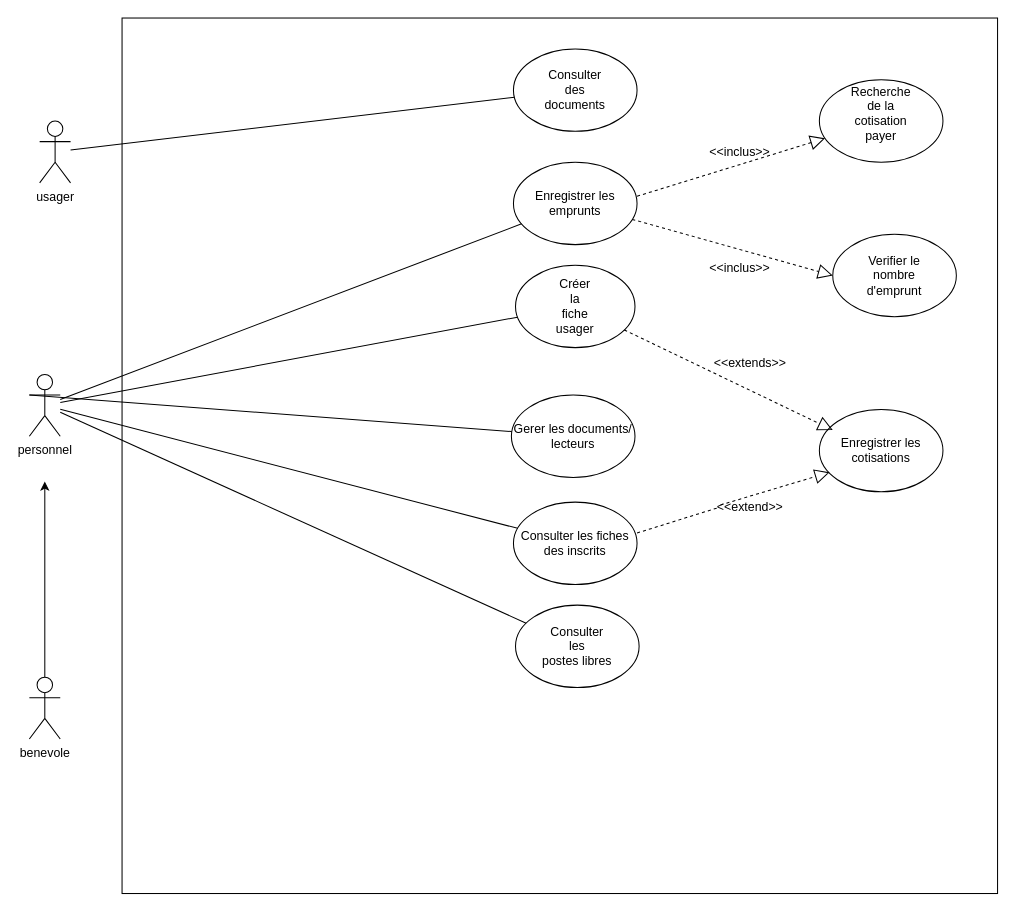
Earlier version of the draw.io diagram Développer des composants d'interface/Maquetter une application/UML partie 1/phase2-médiathèque/cas utilisation_mediathèque.drawio (nanaki-web/cda). Source tidied: cells renumbered, new cells numbered last; positions are measured from the earlier drawing's top-left corner, leaving out a move shared by most shapes. Both pictures are drawn from the tidied source at 103%, with x=0, y=0 at pixel (29, 18).
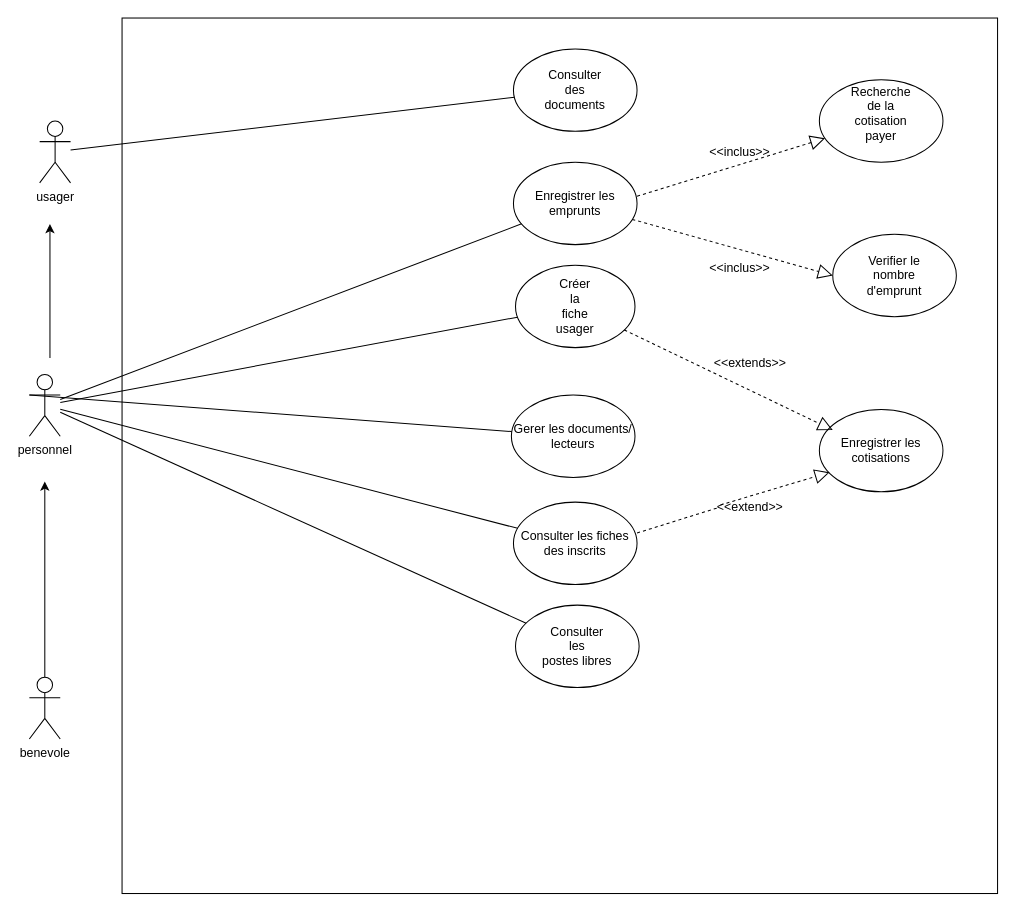
Above is the later version.

Diff of the diagram source:
```diff
@@
+    <mxCell id="31" style="endArrow=classic;html=1;" parent="1" edge="1">
+      <mxGeometry relative="1" as="geometry">
+        <mxPoint x="20" y="330" as="sourcePoint" />
+        <mxPoint x="20" y="200" as="targetPoint" />
+      </mxGeometry>
+    </mxCell>
```
